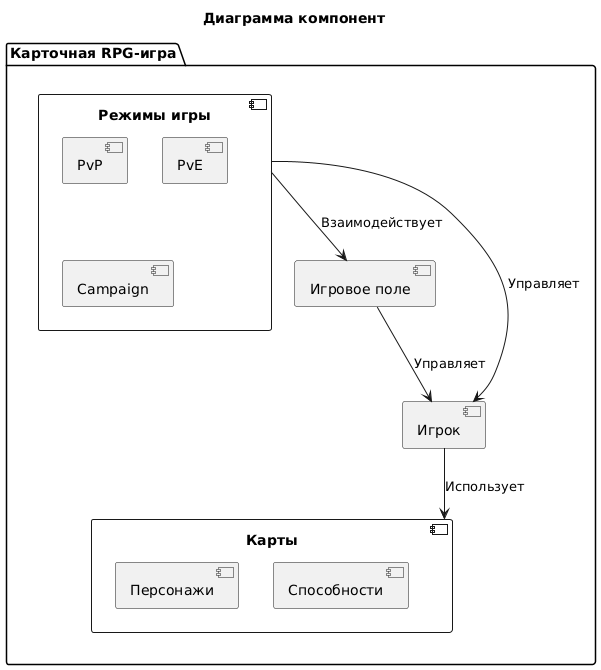
The PlantUML diagram docs/architecture/component_diagram.png in timur-rafikov/LabWork2, before a commit. Its diagram source:
```plantuml
@startuml
title Диаграмма компонент

package "Карточная RPG-игра" {
    component "Игровое поле" as GameField
    component "Игрок" as Player
    component "Карты" as Cards {
        component "Персонажи" as Characters
        component "Способности" as Abilities
    }
    component "Режимы игры" as GameModes {
        component "PvP" as PvPMode
        component "PvE" as PvEMode
        component "Campaign" as CampaignMode
    }
}

GameField --> Player : Управляет
Player --> Cards : Использует
GameModes --> GameField : Взаимодействует
GameModes --> Player : Управляет
@enduml
```
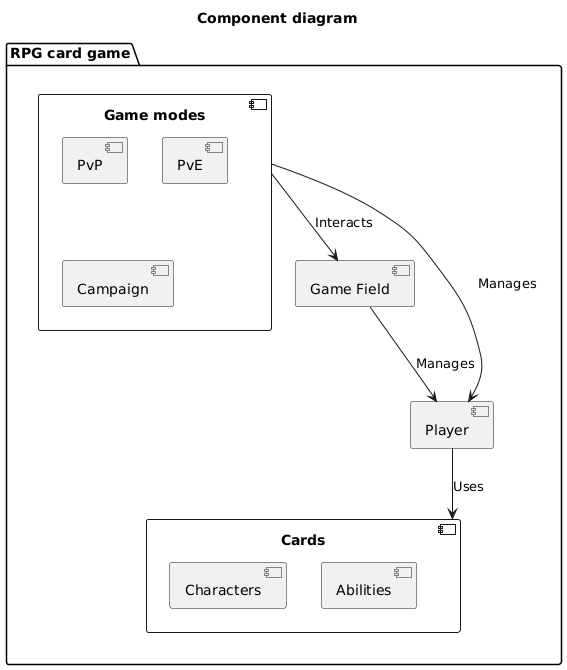
Later version of the same file.

Change to the diagram source:
```diff
@@ -1,22 +1,22 @@
 @startuml
-title Диаграмма компонент
+title Component diagram
 
-package "Карточная RPG-игра" {
-    component "Игровое поле" as GameField
-    component "Игрок" as Player
-    component "Карты" as Cards {
-        component "Персонажи" as Characters
-        component "Способности" as Abilities
+package "RPG card game" {
+    component "Game Field" as GameField
+    component "Player" as Player
+    component "Cards" as Cards {
+        component "Characters" as Characters
+        component "Abilities" as Abilities
     }
-    component "Режимы игры" as GameModes {
+    component "Game modes" as GameModes {
         component "PvP" as PvPMode
         component "PvE" as PvEMode
         component "Campaign" as CampaignMode
     }
 }
 
-GameField --> Player : Управляет
-Player --> Cards : Использует
-GameModes --> GameField : Взаимодействует
-GameModes --> Player : Управляет
+GameField --> Player : Manages
+Player --> Cards : Uses
+GameModes --> GameField : Interacts
+GameModes --> Player : Manages
 @enduml
```
